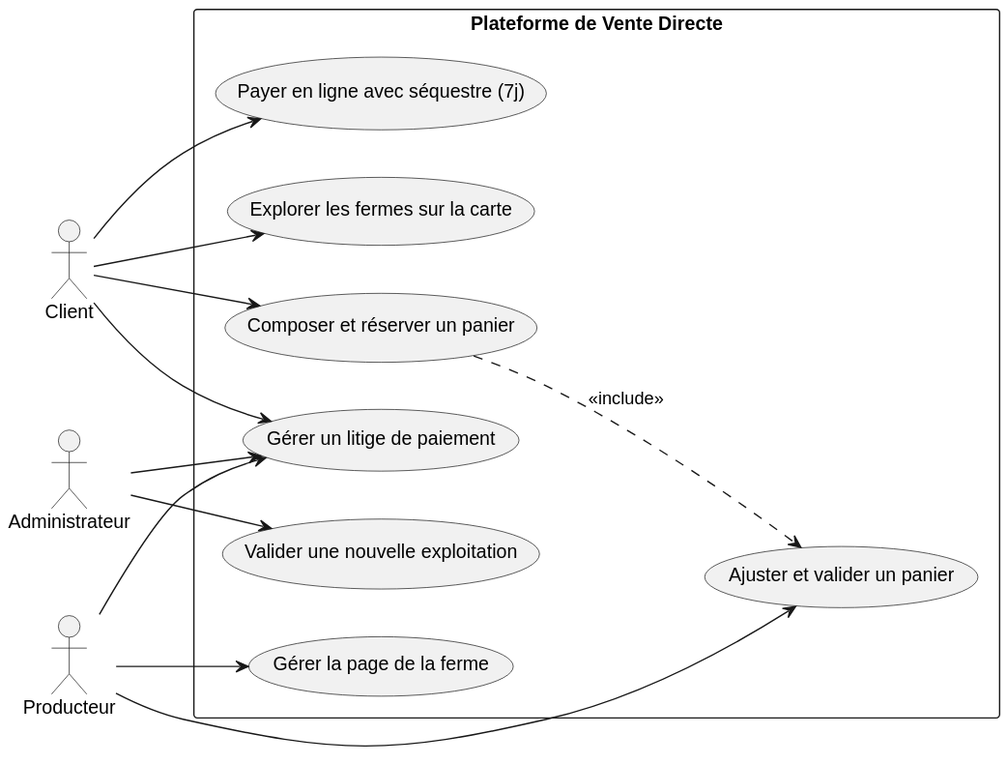
Uhrbaan/reis-panier-fermier keeps this PlantUML diagram as assets/diagrams/use-case.svg. Above is the earlier version. Its diagram source:
```plantuml
@startuml
left to right direction
skinparam shadowing false

actor "Client" as Client
actor "Producteur" as Producteur
actor "Administrateur" as Admin

rectangle "Plateforme de Vente Directe" {
    usecase "Explorer les fermes sur la carte" as UC1
    usecase "Composer et réserver un panier" as UC2
    usecase "Payer en ligne avec séquestre (7j)" as UC3
    usecase "Gérer la page de la ferme" as UC4
    usecase "Ajuster et valider un panier" as UC5
    usecase "Valider une nouvelle exploitation" as UC6
    usecase "Gérer un litige de paiement" as UC7
}

Client --> UC1
Client --> UC2
Client --> UC3
Client --> UC7

Producteur --> UC4
Producteur --> UC5
Producteur --> UC7

Admin --> UC6
Admin --> UC7

UC2 ..> UC5 : <<include>>
@enduml
```
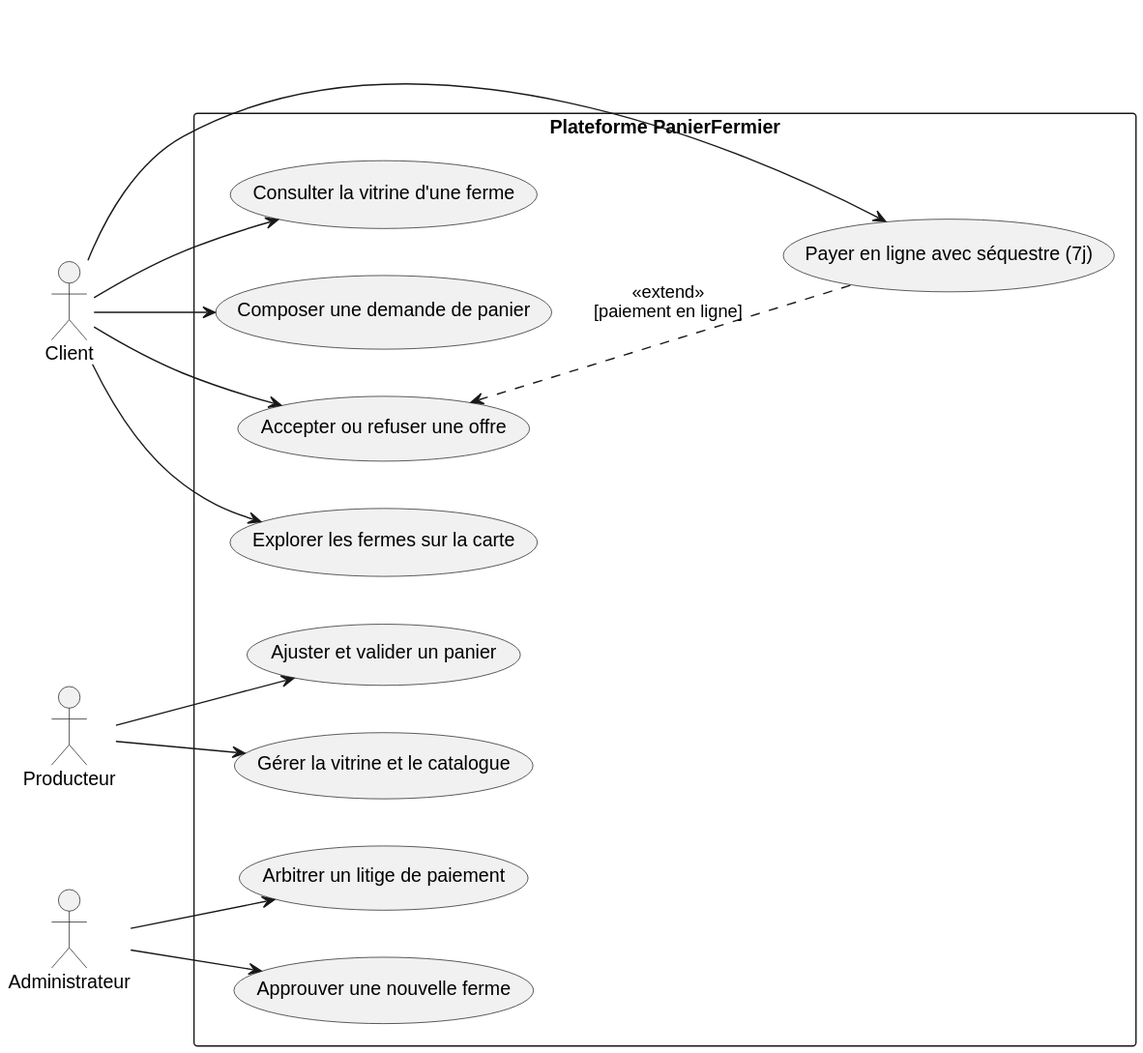
Later version of the same file.

Change to the diagram source:
```diff
@@ -6,27 +6,29 @@
 actor "Producteur" as Producteur
 actor "Administrateur" as Admin
 
-rectangle "Plateforme de Vente Directe" {
+rectangle "Plateforme PanierFermier" {
     usecase "Explorer les fermes sur la carte" as UC1
-    usecase "Composer et réserver un panier" as UC2
-    usecase "Payer en ligne avec séquestre (7j)" as UC3
-    usecase "Gérer la page de la ferme" as UC4
-    usecase "Ajuster et valider un panier" as UC5
-    usecase "Valider une nouvelle exploitation" as UC6
-    usecase "Gérer un litige de paiement" as UC7
+    usecase "Consulter la vitrine d'une ferme" as UC2
+    usecase "Composer une demande de panier" as UC3
+    usecase "Accepter ou refuser une offre" as UC4
+    usecase "Payer en ligne avec séquestre (7j)" as UC5
+    usecase "Gérer la vitrine et le catalogue" as UC6
+    usecase "Ajuster et valider un panier" as UC7
+    usecase "Approuver une nouvelle ferme" as UC8
+    usecase "Arbitrer un litige de paiement" as UC9
 }
 
 Client --> UC1
 Client --> UC2
 Client --> UC3
-Client --> UC7
+Client --> UC4
+Client --> UC5
 
-Producteur --> UC4
-Producteur --> UC5
+Producteur --> UC6
 Producteur --> UC7
 
-Admin --> UC6
-Admin --> UC7
+Admin --> UC8
+Admin --> UC9
 
-UC2 ..> UC5 : <<include>>
+UC4 <.. UC5 : <<extend>>\n[paiement en ligne]
 @enduml
```
